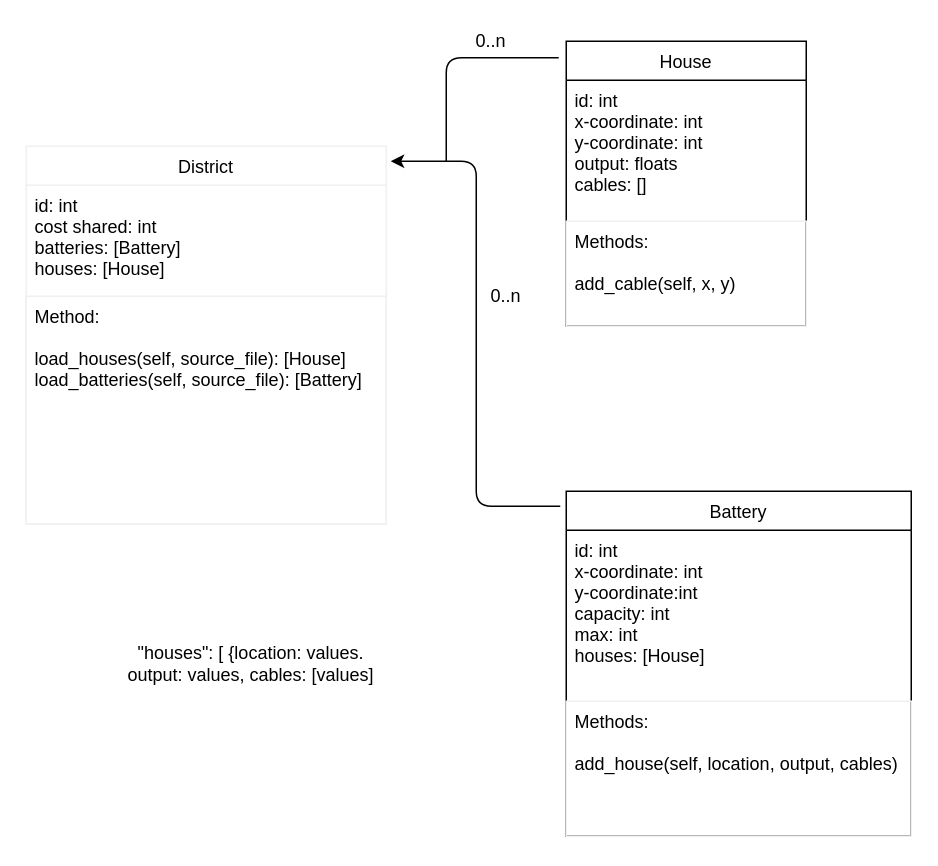
Above: DESIGN.drawio in armand-jr/Sonkrag (draw.io), before the change. Source tidied: cells renumbered, new cells numbered last; positions are measured from the earlier drawing's top-left corner, leaving out a move shared by most shapes. Both pictures are drawn from the tidied source at 150%, with x=0, y=0 at pixel (26, 26).
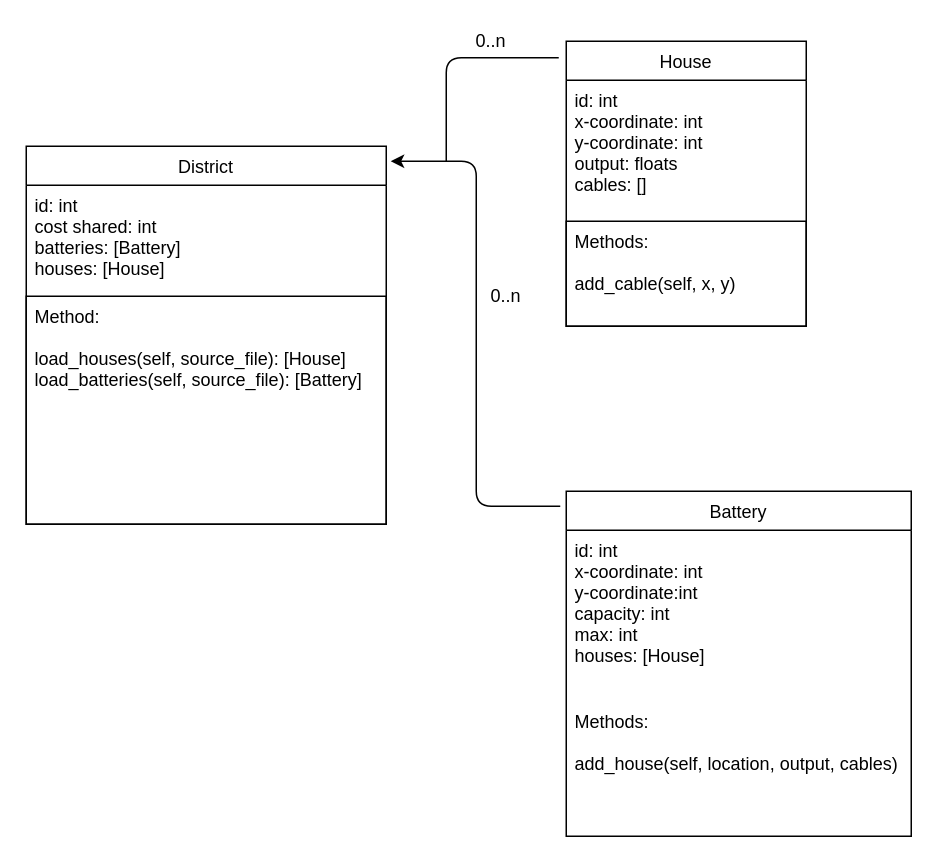
The same diagram, later.

Unchanged cells that the change refers to:
```xml
<mxCell id="2" value="House" style="swimlane;fontStyle=0;horizontal=1;startSize=26;fillColor=none;" parent="1" vertex="1">
  <mxGeometry x="360" y="10" width="160" height="190" as="geometry" />
</mxCell>
<mxCell id="5" value="Battery" style="swimlane;fontStyle=0;horizontal=1;startSize=26;fillColor=none;spacingTop=1;" parent="1" vertex="1">
  <mxGeometry x="360" y="310" width="230" height="230" as="geometry" />
</mxCell>
```

Change to the diagram source:
```diff
@@
-    <mxCell id="4" value="Methods:&#10;&#10;add_cable(self, x, y)&#10;" style="text;fillColor=none;align=left;verticalAlign=top;spacingLeft=4;spacingRight=4;overflow=hidden;strokeColor=#f0f0f0;" parent="2" vertex="1">
+    <mxCell id="4" value="Methods:&#10;&#10;add_cable(self, x, y)&#10;" style="text;fillColor=none;align=left;verticalAlign=top;spacingLeft=4;spacingRight=4;overflow=hidden;strokeColor=#000000;" parent="2" vertex="1">
       <mxGeometry y="120" width="160" height="70" as="geometry" />
     </mxCell>
@@
-    <mxCell id="7" value="Methods: &#10;&#10;add_house(self, location, output, cables)&#10;&#10;&#10;" style="text;fillColor=none;align=left;verticalAlign=top;spacingLeft=4;spacingRight=4;overflow=hidden;strokeColor=#f0f0f0;" parent="5" vertex="1">
+    <mxCell id="7" value="Methods: &#10;&#10;add_house(self, location, output, cables)&#10;&#10;&#10;" style="text;fillColor=none;align=left;verticalAlign=top;spacingLeft=4;spacingRight=4;overflow=hidden;" parent="5" vertex="1">
       <mxGeometry y="140" width="230" height="90" as="geometry" />
     </mxCell>
-    <mxCell id="8" value="District" style="swimlane;fontStyle=0;horizontal=1;startSize=26;fillColor=none;strokeColor=#f0f0f0;" parent="1" vertex="1">
+    <mxCell id="8" value="District" style="swimlane;fontStyle=0;horizontal=1;startSize=26;fillColor=none;strokeColor=#000000;" parent="1" vertex="1">
       <mxGeometry y="80" width="240" height="252" as="geometry" />
     </mxCell>
@@
-    <mxCell id="10" value="Method:&#10;&#10;load_houses(self, source_file): [House]&#10;load_batteries(self, source_file): [Battery]" style="text;fillColor=none;align=left;verticalAlign=top;spacingLeft=4;spacingRight=4;overflow=hidden;strokeColor=#f0f0f0;" parent="8" vertex="1">
+    <mxCell id="10" value="Method:&#10;&#10;load_houses(self, source_file): [House]&#10;load_batteries(self, source_file): [Battery]" style="text;fillColor=none;align=left;verticalAlign=top;spacingLeft=4;spacingRight=4;overflow=hidden;strokeColor=#000000;" parent="8" vertex="1">
       <mxGeometry y="100" width="240" height="152" as="geometry" />
     </mxCell>
@@
-    <mxCell id="15" value="&quot;houses&quot;: [ {location: values. output: values, cables: [values]" style="text;html=1;strokeColor=none;fillColor=none;align=center;verticalAlign=middle;whiteSpace=wrap;rounded=0;" parent="1" vertex="1">
-      <mxGeometry x="60" y="390" width="180" height="70" as="geometry" />
-    </mxCell>
```
